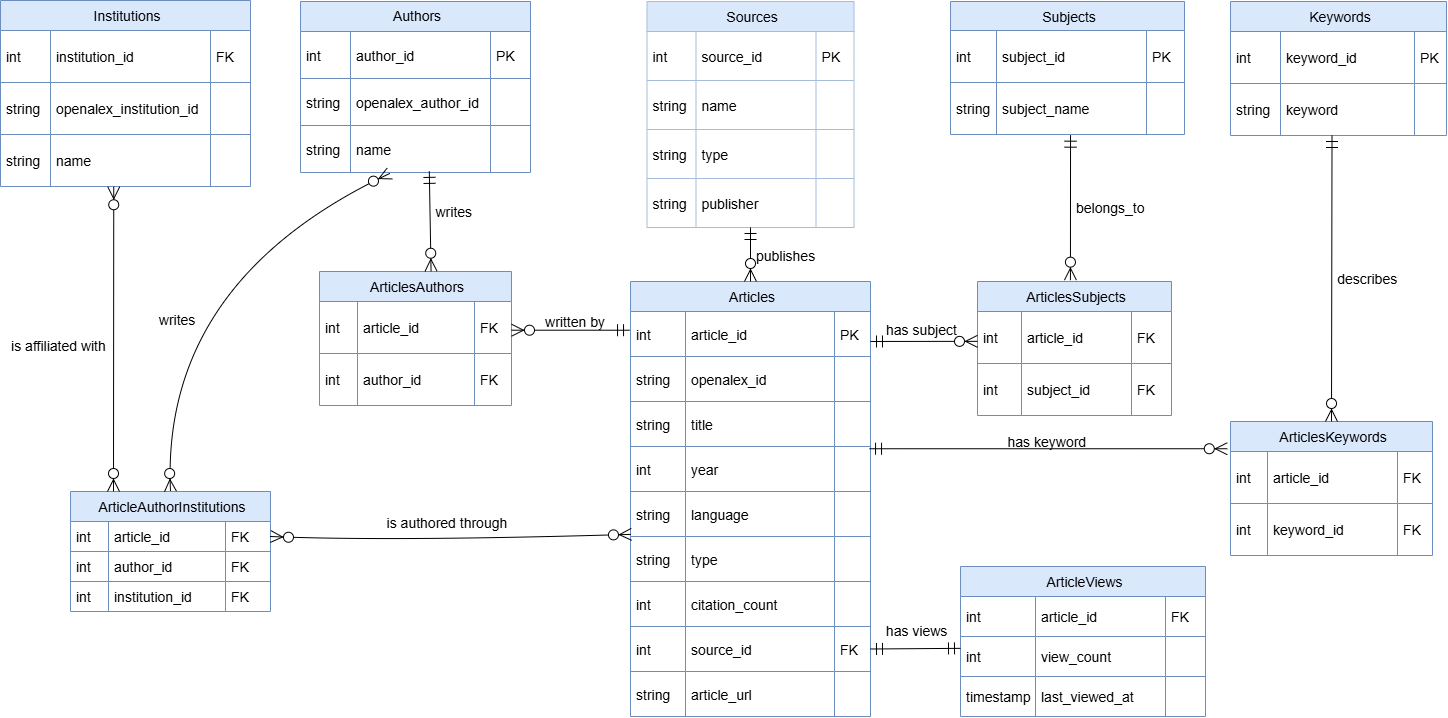
Before: docs/Schema.drawio.png, a diagram exported from draw.io (RanWurm/TeacherAssistantAI). Source tidied: cells renumbered, new cells last; positions are measured from the earlier drawing's top-left corner, leaving out a move shared by most shapes.
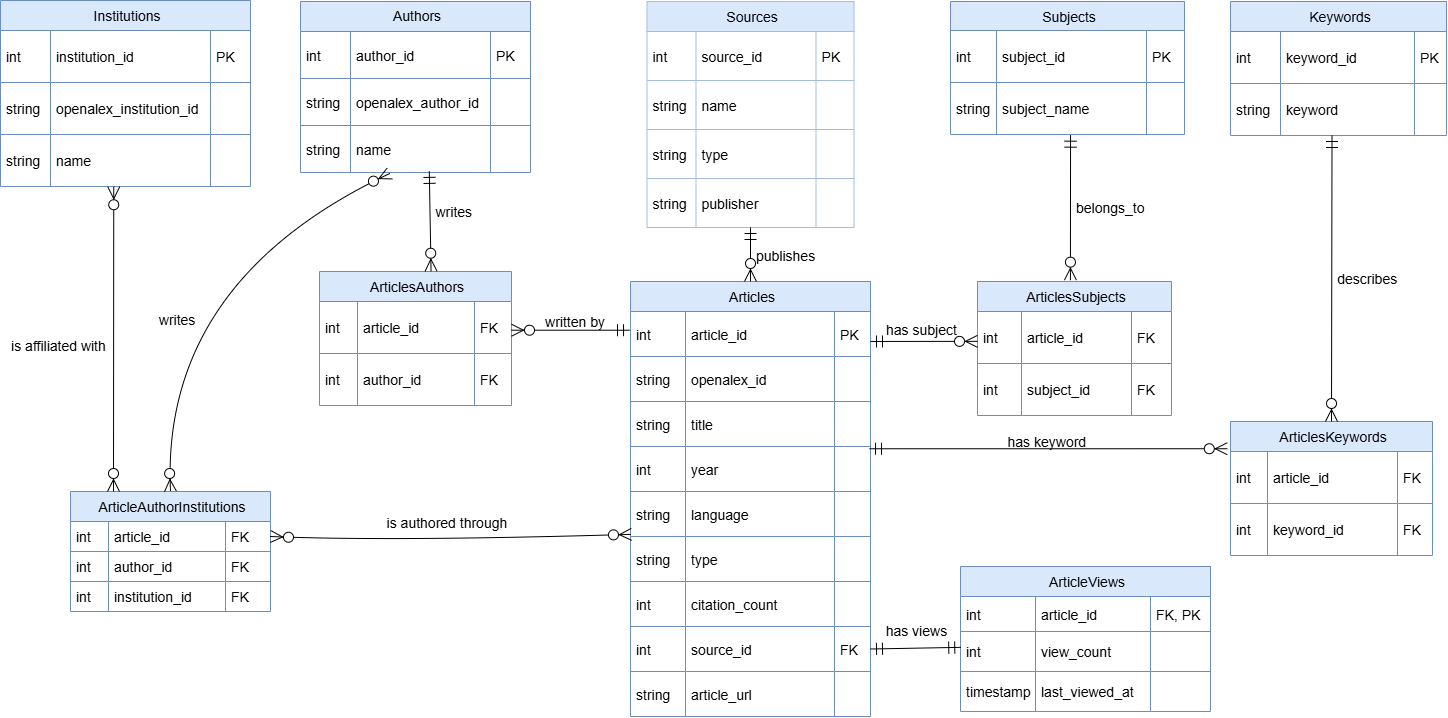
After the change.

What changed in the source:
```diff
@@ -339,43 +339,43 @@
       <mxGeometry x="167" width="35" height="52" as="geometry" />
     </mxCell>
     <mxCell id="114" value="ArticleViews" style="shape=table;startSize=30;rowLines=1;fontStyle=0;align=center;swimlaneLine=1;labelBackgroundColor=none;fixDash=0;backgroundOutline=0;enumerate=0;comic=0;fillColor=#dae8fc;shadow=0;spacingLeft=4;strokeColor=#6c8ebf;fontSize=14;" parent="1" vertex="1">
-      <mxGeometry x="960" y="566" width="245" height="150" as="geometry" />
+      <mxGeometry x="960" y="566" width="250" height="145" as="geometry" />
     </mxCell>
     <mxCell id="115" style="shape=tableRow;horizontal=0;startSize=0;swimlaneHead=0;swimlaneBody=0;top=0;left=0;right=0;bottom=0;swimlaneLine=1;labelBackgroundColor=none;fixDash=0;backgroundOutline=0;enumerate=0;comic=0;fillColor=none;shadow=0;align=left;spacingLeft=4;fontStyle=0;fontSize=14;" parent="114" vertex="1">
-      <mxGeometry y="30" width="245" height="40" as="geometry" />
+      <mxGeometry y="30" width="250" height="35" as="geometry" />
     </mxCell>
     <mxCell id="116" value="int" style="shape=partialRectangle;top=0;left=0;bottom=0;right=0;align=left;spacingLeft=4;overflow=hidden;fontSize=14;swimlaneLine=1;labelBackgroundColor=none;fixDash=0;backgroundOutline=0;enumerate=0;comic=0;fillColor=none;shadow=0;fontStyle=0;" parent="115" vertex="1">
-      <mxGeometry width="75" height="40" as="geometry" />
+      <mxGeometry width="75" height="35" as="geometry" />
     </mxCell>
     <mxCell id="117" value="article_id" style="shape=partialRectangle;top=0;left=0;bottom=0;right=0;align=left;spacingLeft=4;overflow=hidden;fontSize=14;swimlaneLine=1;labelBackgroundColor=none;fixDash=0;backgroundOutline=0;enumerate=0;comic=0;fillColor=none;shadow=0;fontStyle=0;" parent="115" vertex="1">
-      <mxGeometry x="75" width="130" height="40" as="geometry" />
+      <mxGeometry x="75" width="115" height="35" as="geometry" />
     </mxCell>
-    <mxCell id="118" value="FK" style="shape=partialRectangle;top=0;left=0;bottom=0;right=0;align=left;spacingLeft=4;overflow=hidden;fontSize=14;swimlaneLine=1;labelBackgroundColor=none;fixDash=0;backgroundOutline=0;enumerate=0;comic=0;fillColor=none;shadow=0;fontStyle=0;" parent="115" vertex="1">
-      <mxGeometry x="205" width="40" height="40" as="geometry" />
+    <mxCell id="118" value="FK, PK" style="shape=partialRectangle;top=0;left=0;bottom=0;right=0;align=left;spacingLeft=4;overflow=hidden;fontSize=14;swimlaneLine=1;labelBackgroundColor=none;fixDash=0;backgroundOutline=0;enumerate=0;comic=0;fillColor=none;shadow=0;fontStyle=0;" parent="115" vertex="1">
+      <mxGeometry x="190" width="60" height="35" as="geometry" />
     </mxCell>
     <mxCell id="119" style="shape=tableRow;horizontal=0;startSize=0;swimlaneHead=0;swimlaneBody=0;points=[[0,0.5],[1,0.5]];portConstraint=eastwest;top=0;left=0;right=0;bottom=0;swimlaneLine=1;labelBackgroundColor=none;snapToPoint=0;fixDash=0;backgroundOutline=0;enumerate=0;comic=0;fillColor=none;shadow=0;align=left;spacingLeft=4;fontStyle=0;fontSize=14;" parent="114" vertex="1">
-      <mxGeometry y="70" width="245" height="40" as="geometry" />
+      <mxGeometry y="65" width="250" height="40" as="geometry" />
     </mxCell>
     <mxCell id="120" value="int" style="shape=partialRectangle;top=0;left=0;bottom=0;right=0;align=left;spacingLeft=4;overflow=hidden;fontSize=14;swimlaneLine=1;labelBackgroundColor=none;fixDash=0;backgroundOutline=0;enumerate=0;comic=0;fillColor=none;shadow=0;fontStyle=0;" parent="119" vertex="1">
       <mxGeometry width="75" height="40" as="geometry" />
     </mxCell>
     <mxCell id="121" value="view_count" style="shape=partialRectangle;top=0;left=0;bottom=0;right=0;align=left;spacingLeft=4;overflow=hidden;fontSize=14;swimlaneLine=1;labelBackgroundColor=none;fixDash=0;backgroundOutline=0;enumerate=0;comic=0;fillColor=none;shadow=0;fontStyle=0;" parent="119" vertex="1">
-      <mxGeometry x="75" width="130" height="40" as="geometry" />
+      <mxGeometry x="75" width="115" height="40" as="geometry" />
     </mxCell>
     <mxCell id="122" style="shape=partialRectangle;top=0;left=0;bottom=0;right=0;align=left;spacingLeft=4;overflow=hidden;fontSize=14;swimlaneLine=1;labelBackgroundColor=none;fixDash=0;backgroundOutline=0;enumerate=0;comic=0;fillColor=none;shadow=0;fontStyle=0;" parent="119" vertex="1">
-      <mxGeometry x="205" width="40" height="40" as="geometry" />
+      <mxGeometry x="190" width="60" height="40" as="geometry" />
     </mxCell>
     <mxCell id="123" style="shape=tableRow;horizontal=0;startSize=0;swimlaneHead=0;swimlaneBody=0;top=0;left=0;right=0;bottom=0;swimlaneLine=1;labelBackgroundColor=none;fixDash=0;backgroundOutline=0;enumerate=0;comic=0;fillColor=none;shadow=0;align=left;spacingLeft=4;fontStyle=0;fontSize=14;" parent="114" vertex="1">
-      <mxGeometry y="110" width="245" height="40" as="geometry" />
+      <mxGeometry y="105" width="250" height="40" as="geometry" />
     </mxCell>
     <mxCell id="124" value="timestamp" style="shape=partialRectangle;top=0;left=0;bottom=0;right=0;align=left;spacingLeft=4;overflow=hidden;fontSize=14;swimlaneLine=1;labelBackgroundColor=none;fixDash=0;backgroundOutline=0;enumerate=0;comic=0;fillColor=none;shadow=0;fontStyle=0;" parent="123" vertex="1">
       <mxGeometry width="75" height="40" as="geometry" />
     </mxCell>
     <mxCell id="125" value="last_viewed_at" style="shape=partialRectangle;top=0;left=0;bottom=0;right=0;align=left;spacingLeft=4;overflow=hidden;fontSize=14;swimlaneLine=1;labelBackgroundColor=none;fixDash=0;backgroundOutline=0;enumerate=0;comic=0;fillColor=none;shadow=0;fontStyle=0;" parent="123" vertex="1">
-      <mxGeometry x="75" width="130" height="40" as="geometry" />
+      <mxGeometry x="75" width="115" height="40" as="geometry" />
     </mxCell>
     <mxCell id="126" style="shape=partialRectangle;top=0;left=0;bottom=0;right=0;align=left;spacingLeft=4;overflow=hidden;fontSize=14;swimlaneLine=1;labelBackgroundColor=none;fixDash=0;backgroundOutline=0;enumerate=0;comic=0;fillColor=none;shadow=0;fontStyle=0;" parent="123" vertex="1">
-      <mxGeometry x="205" width="40" height="40" as="geometry" />
+      <mxGeometry x="190" width="60" height="40" as="geometry" />
     </mxCell>
     <mxCell id="127" value="publishes" style="curved=1;startArrow=ERmandOne;startSize=10;endArrow=ERzeroToMany;endSize=10;exitX=0.5;exitY=1;entryX=0.5;entryY=0;rounded=0;swimlaneLine=1;labelBackgroundColor=none;snapToPoint=0;fixDash=0;backgroundOutline=0;enumerate=0;comic=0;fillColor=none;shadow=0;align=left;spacingLeft=4;fontStyle=0;fontSize=14;" parent="1" edge="1" source="2" target="19">
       <mxGeometry relative="1" as="geometry" />
@@ -398,7 +398,7 @@
     <mxCell id="133" value="describes" style="curved=0;startArrow=ERmandOne;startSize=10;endArrow=ERzeroToMany;endSize=10;exitX=0.47;exitY=1;entryX=0.5;entryY=0;rounded=0;swimlaneLine=1;labelBackgroundColor=none;snapToPoint=0;fixDash=0;backgroundOutline=0;enumerate=0;comic=0;fillColor=none;shadow=0;align=left;spacingLeft=4;entryDx=0;entryDy=0;strokeColor=default;fontStyle=0;fontSize=14;" parent="1" edge="1" source="78" target="105">
       <mxGeometry relative="1" as="geometry" />
     </mxCell>
-    <mxCell id="134" value="has views" style="curved=0;startArrow=ERmandOne;startSize=10;endArrow=ERmandOne;endSize=10;rounded=0;swimlaneLine=1;labelBackgroundColor=none;snapToPoint=0;fixDash=0;backgroundOutline=0;enumerate=0;comic=0;fillColor=none;shadow=0;align=left;spacingLeft=4;strokeColor=default;fontStyle=0;fontSize=14;exitX=1;exitY=0.5;exitDx=0;exitDy=0;entryX=0;entryY=0.296;entryDx=0;entryDy=0;entryPerimeter=0;" parent="1" edge="1" source="48" target="119">
+    <mxCell id="134" value="has views" style="curved=0;startArrow=ERmandOne;startSize=10;endArrow=ERmandOne;endSize=10;rounded=0;swimlaneLine=1;labelBackgroundColor=none;snapToPoint=0;fixDash=0;backgroundOutline=0;enumerate=0;comic=0;fillColor=none;shadow=0;align=left;spacingLeft=4;strokeColor=default;fontStyle=0;fontSize=14;exitX=1;exitY=0.5;exitDx=0;exitDy=0;entryX=0.001;entryY=0.396;entryDx=0;entryDy=0;entryPerimeter=0;" parent="1" edge="1" source="48" target="119">
       <mxGeometry x="-0.77" y="18" relative="1" as="geometry" />
     </mxCell>
     <mxCell id="135" value="Institutions" style="shape=table;startSize=30;rowLines=1;fontStyle=0;align=center;swimlaneLine=1;labelBackgroundColor=none;fixDash=0;backgroundOutline=0;enumerate=0;comic=0;fillColor=#dae8fc;shadow=0;spacingLeft=4;strokeColor=#6c8ebf;fontSize=14;" parent="1" vertex="1">
@@ -413,7 +413,7 @@
     <mxCell id="138" value="institution_id" style="shape=partialRectangle;top=0;left=0;bottom=0;right=0;align=left;spacingLeft=4;overflow=hidden;fontSize=14;swimlaneLine=1;labelBackgroundColor=none;fixDash=0;backgroundOutline=0;enumerate=0;comic=0;fillColor=none;shadow=0;fontStyle=0;" parent="136" vertex="1">
       <mxGeometry x="50" width="160" height="52" as="geometry" />
     </mxCell>
-    <mxCell id="139" value="FK" style="shape=partialRectangle;top=0;left=0;bottom=0;right=0;align=left;spacingLeft=4;overflow=hidden;fontSize=14;swimlaneLine=1;labelBackgroundColor=none;fixDash=0;backgroundOutline=0;enumerate=0;comic=0;fillColor=none;shadow=0;fontStyle=0;" parent="136" vertex="1">
+    <mxCell id="139" value="PK" style="shape=partialRectangle;top=0;left=0;bottom=0;right=0;align=left;spacingLeft=4;overflow=hidden;fontSize=14;swimlaneLine=1;labelBackgroundColor=none;fixDash=0;backgroundOutline=0;enumerate=0;comic=0;fillColor=none;shadow=0;fontStyle=0;" parent="136" vertex="1">
       <mxGeometry x="210" width="40" height="52" as="geometry" />
     </mxCell>
     <mxCell id="140" style="shape=tableRow;horizontal=0;startSize=0;swimlaneHead=0;swimlaneBody=0;top=0;left=0;right=0;bottom=0;swimlaneLine=1;labelBackgroundColor=none;fixDash=0;backgroundOutline=0;enumerate=0;comic=0;fillColor=none;shadow=0;align=left;spacingLeft=4;fontStyle=0;fontSize=14;" parent="135" vertex="1">
```
